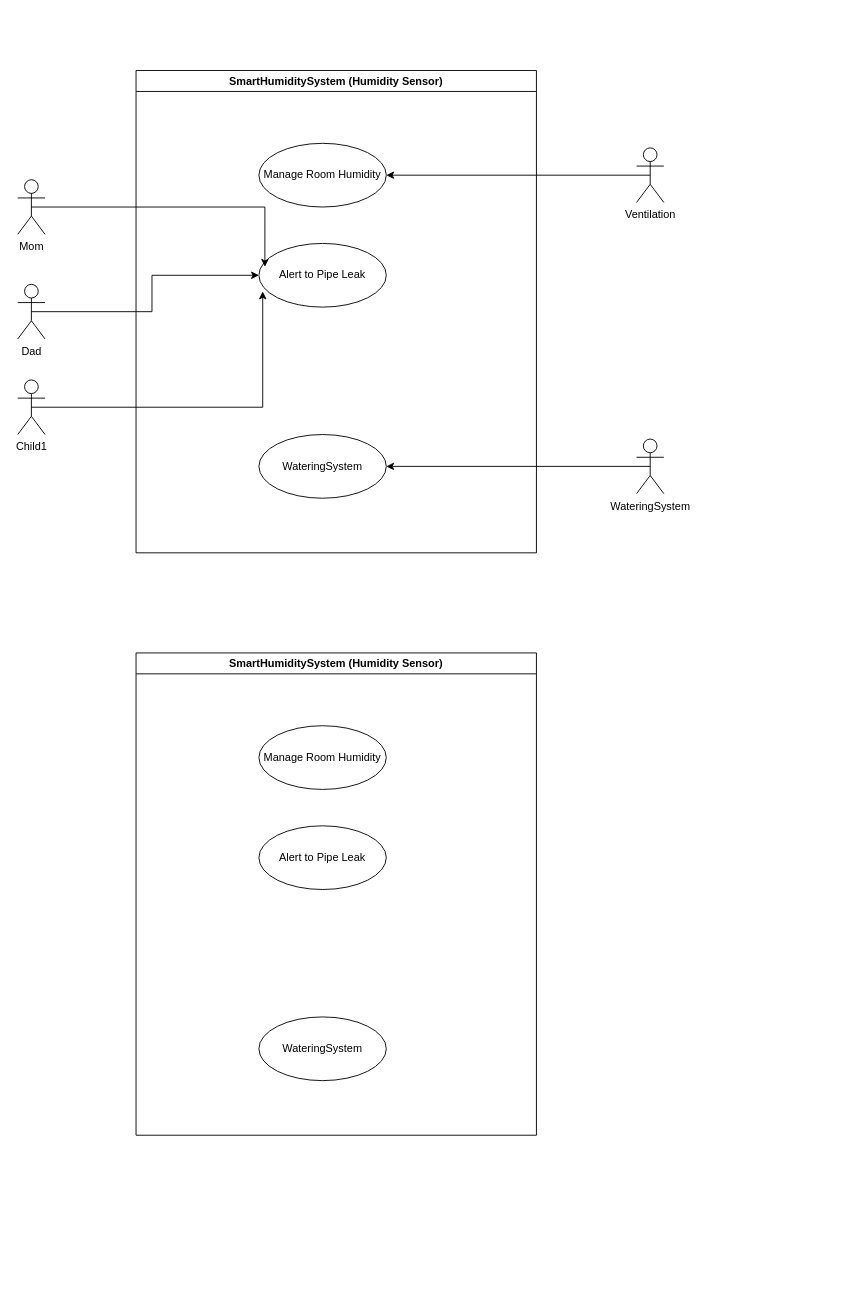
Before: UC_refactor.drawio in alfacentaur1/omo_objectModel, a draw.io diagram. Source tidied: cells renumbered, new cells numbered last; positions are measured from the earlier drawing's top-left corner, leaving out a move shared by most shapes. Both pictures are drawn from the tidied source at 91%, with x=0, y=0 at pixel (17, 70).
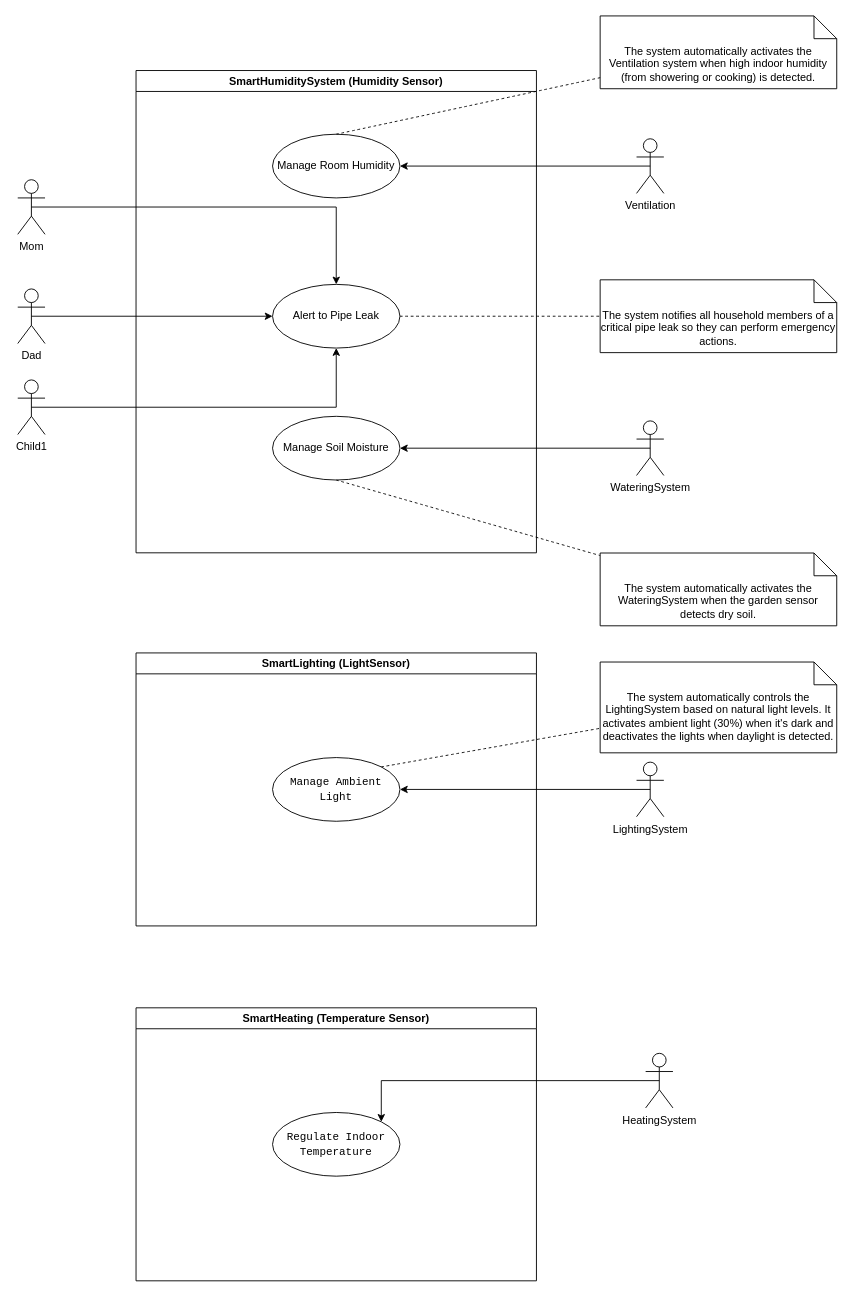
After the change.

The change refers to these unchanged cells:
```xml
<mxCell id="2" value="SmartHumiditySystem (Humidity Sensor)" style="swimlane;whiteSpace=wrap;html=1;" parent="1" vertex="1">
  <mxGeometry x="130" width="440" height="530" as="geometry" />
</mxCell>
<mxCell id="8" value="Mom" style="shape=umlActor;verticalLabelPosition=bottom;verticalAlign=top;html=1;" parent="1" vertex="1">
  <mxGeometry y="120" width="30" height="60" as="geometry" />
</mxCell>
<mxCell id="11" value="Child1" style="shape=umlActor;verticalLabelPosition=bottom;verticalAlign=top;html=1;" parent="1" vertex="1">
  <mxGeometry y="340" width="30" height="60" as="geometry" />
</mxCell>
```

Change to the diagram source:
```diff
@@
     <mxCell id="3" value="Manage Room Humidity" style="ellipse;whiteSpace=wrap;html=1;" parent="2" vertex="1">
-      <mxGeometry x="135" y="80" width="140" height="70" as="geometry" />
+      <mxGeometry x="150" y="70" width="140" height="70" as="geometry" />
     </mxCell>
     <mxCell id="4" value="Alert to Pipe Leak" style="ellipse;whiteSpace=wrap;html=1;" parent="2" vertex="1">
-      <mxGeometry x="135" y="190" width="140" height="70" as="geometry" />
+      <mxGeometry x="150" y="235" width="140" height="70" as="geometry" />
     </mxCell>
-    <mxCell id="5" value="WateringSystem" style="ellipse;whiteSpace=wrap;html=1;" parent="2" vertex="1">
-      <mxGeometry x="135" y="400" width="140" height="70" as="geometry" />
+    <mxCell id="5" value="Manage Soil Moisture" style="ellipse;whiteSpace=wrap;html=1;" parent="2" vertex="1">
+      <mxGeometry x="150" y="380" width="140" height="70" as="geometry" />
     </mxCell>
@@
     <mxCell id="7" value="Ventilation" style="shape=umlActor;verticalLabelPosition=bottom;verticalAlign=top;html=1;" parent="1" vertex="1">
-      <mxGeometry x="680" y="85" width="30" height="60" as="geometry" />
+      <mxGeometry x="680" y="75" width="30" height="60" as="geometry" />
     </mxCell>
@@
     <mxCell id="10" value="Dad" style="shape=umlActor;verticalLabelPosition=bottom;verticalAlign=top;html=1;" parent="1" vertex="1">
-      <mxGeometry y="235" width="30" height="60" as="geometry" />
+      <mxGeometry y="240" width="30" height="60" as="geometry" />
     </mxCell>
@@
-    <mxCell id="12" style="edgeStyle=orthogonalEdgeStyle;rounded=0;jettySize=auto;html=1;exitX=0.5;exitY=0.5;exitDx=0;exitDy=0;exitPerimeter=0;entryX=0.047;entryY=0.366;entryDx=0;entryDy=0;entryPerimeter=0;" parent="1" edge="1" source="8" target="4">
+    <mxCell id="12" style="edgeStyle=orthogonalEdgeStyle;rounded=0;jettySize=auto;html=1;exitX=0.5;exitY=0.5;exitDx=0;exitDy=0;exitPerimeter=0;entryX=0.5;entryY=0;entryDx=0;entryDy=0;" parent="1" edge="1" source="8" target="4">
       <mxGeometry relative="1" as="geometry" />
     </mxCell>
-    <mxCell id="13" style="edgeStyle=orthogonalEdgeStyle;rounded=0;jettySize=auto;html=1;exitX=0.5;exitY=0.5;exitDx=0;exitDy=0;exitPerimeter=0;entryX=0.03;entryY=0.754;entryDx=0;entryDy=0;entryPerimeter=0;" parent="1" edge="1" source="11" target="4">
+    <mxCell id="13" style="edgeStyle=orthogonalEdgeStyle;rounded=0;jettySize=auto;html=1;exitX=0.5;exitY=0.5;exitDx=0;exitDy=0;exitPerimeter=0;entryX=0.5;entryY=1;entryDx=0;entryDy=0;" parent="1" edge="1" source="11" target="4">
       <mxGeometry relative="1" as="geometry" />
     </mxCell>
@@
     <mxCell id="15" value="WateringSystem" style="shape=umlActor;verticalLabelPosition=bottom;verticalAlign=top;html=1;" parent="1" vertex="1">
-      <mxGeometry x="680" y="405" width="30" height="60" as="geometry" />
+      <mxGeometry x="680" y="385" width="30" height="60" as="geometry" />
     </mxCell>
-    <mxCell id="16" value="SmartHumiditySystem (Humidity Sensor)" style="swimlane;whiteSpace=wrap;html=1;" parent="1" vertex="1">
-      <mxGeometry x="130" y="640" width="440" height="530" as="geometry" />
+    <mxCell id="16" value="SmartLighting (LightSensor)" style="swimlane;whiteSpace=wrap;html=1;" parent="1" vertex="1">
+      <mxGeometry x="130" y="640" width="440" height="300" as="geometry" />
     </mxCell>
-    <mxCell id="17" value="Manage Room Humidity" style="ellipse;whiteSpace=wrap;html=1;" parent="16" vertex="1">
-      <mxGeometry x="135" y="80" width="140" height="70" as="geometry" />
+    <mxCell id="17" value="&lt;code&gt;Manage Ambient Light&lt;/code&gt;" style="ellipse;whiteSpace=wrap;html=1;" parent="16" vertex="1">
+      <mxGeometry x="150" y="115" width="140" height="70" as="geometry" />
     </mxCell>
-    <mxCell id="18" value="Alert to Pipe Leak" style="ellipse;whiteSpace=wrap;html=1;" parent="16" vertex="1">
-      <mxGeometry x="135" y="190" width="140" height="70" as="geometry" />
-    </mxCell>
-    <mxCell id="19" value="WateringSystem" style="ellipse;whiteSpace=wrap;html=1;" parent="16" vertex="1">
-      <mxGeometry x="135" y="400" width="140" height="70" as="geometry" />
-    </mxCell>
+    <mxCell id="20" style="edgeStyle=orthogonalEdgeStyle;rounded=0;jettySize=auto;html=1;exitX=0.5;exitY=0.5;exitDx=0;exitDy=0;exitPerimeter=0;entryX=1;entryY=0.5;entryDx=0;entryDy=0;" parent="1" edge="1" source="21" target="17">
+      <mxGeometry relative="1" as="geometry" />
+    </mxCell>
+    <mxCell id="21" value="LightingSystem" style="shape=umlActor;verticalLabelPosition=bottom;verticalAlign=top;html=1;" parent="1" vertex="1">
+      <mxGeometry x="680" y="760" width="30" height="60" as="geometry" />
+    </mxCell>
+    <mxCell id="22" value="The system automatically activates the Ventilation system when high indoor humidity (from showering or cooking) is detected." style="shape=note2;boundedLbl=1;whiteSpace=wrap;html=1;size=25;verticalAlign=top;align=center;" parent="1" vertex="1">
+      <mxGeometry x="640" y="-60" width="260" height="80" as="geometry" />
+    </mxCell>
+    <mxCell id="23" style="endArrow=none;dashed=1;html=1;rounded=0;fontSize=12;startSize=8;endSize=8;curved=1;exitX=0.5;exitY=0;exitDx=0;exitDy=0;" parent="1" edge="1" source="3" target="22">
+      <mxGeometry relative="1" as="geometry" />
+    </mxCell>
+    <mxCell id="24" value="The system notifies all household members of a critical pipe leak so they can perform emergency actions." style="shape=note2;boundedLbl=1;whiteSpace=wrap;html=1;size=25;verticalAlign=top;align=center;" parent="1" vertex="1">
+      <mxGeometry x="640" y="230" width="260" height="80" as="geometry" />
+    </mxCell>
+    <mxCell id="25" style="endArrow=none;dashed=1;html=1;rounded=0;fontSize=12;startSize=8;endSize=8;curved=1;exitX=1;exitY=0.5;exitDx=0;exitDy=0;" parent="1" edge="1" source="4" target="24">
+      <mxGeometry relative="1" as="geometry" />
+    </mxCell>
+    <mxCell id="26" value="The system automatically activates the WateringSystem when the garden sensor detects dry soil." style="shape=note2;boundedLbl=1;whiteSpace=wrap;html=1;size=25;verticalAlign=top;align=center;" parent="1" vertex="1">
+      <mxGeometry x="640" y="530.2" width="260" height="80" as="geometry" />
+    </mxCell>
+    <mxCell id="27" style="endArrow=none;dashed=1;html=1;rounded=0;fontSize=12;startSize=8;endSize=8;curved=1;exitX=0.5;exitY=1;exitDx=0;exitDy=0;" parent="1" edge="1" source="5" target="26">
+      <mxGeometry relative="1" as="geometry" />
+    </mxCell>
+    <mxCell id="28" value="The system automatically controls the LightingSystem based on natural light levels. It activates ambient light (30%) when it's dark and deactivates the lights when daylight is detected." style="shape=note2;boundedLbl=1;whiteSpace=wrap;html=1;size=25;verticalAlign=top;align=center;" parent="1" vertex="1">
+      <mxGeometry x="640" y="650" width="260" height="99.8" as="geometry" />
+    </mxCell>
+    <mxCell id="29" style="endArrow=none;dashed=1;html=1;rounded=0;fontSize=12;startSize=8;endSize=8;curved=1;exitX=1;exitY=0;exitDx=0;exitDy=0;" parent="1" edge="1" source="17" target="28">
+      <mxGeometry relative="1" as="geometry" />
+    </mxCell>
+    <mxCell id="30" value="SmartHeating (Temperature Sensor)" style="swimlane;whiteSpace=wrap;html=1;" parent="1" vertex="1">
+      <mxGeometry x="130" y="1030" width="440" height="300" as="geometry" />
+    </mxCell>
+    <mxCell id="31" value="&lt;code&gt;Regulate Indoor Temperature&lt;/code&gt;" style="ellipse;whiteSpace=wrap;html=1;" parent="30" vertex="1">
+      <mxGeometry x="150" y="115" width="140" height="70" as="geometry" />
+    </mxCell>
+    <mxCell id="32" style="edgeStyle=orthogonalEdgeStyle;rounded=0;jettySize=auto;html=1;exitX=0.5;exitY=0.5;exitDx=0;exitDy=0;exitPerimeter=0;entryX=1;entryY=0;entryDx=0;entryDy=0;" parent="1" edge="1" source="33" target="31">
+      <mxGeometry relative="1" as="geometry" />
+    </mxCell>
+    <mxCell id="33" value="HeatingSystem" style="shape=umlActor;verticalLabelPosition=bottom;verticalAlign=top;html=1;" parent="1" vertex="1">
+      <mxGeometry x="690" y="1080" width="30" height="60" as="geometry" />
+    </mxCell>
```
